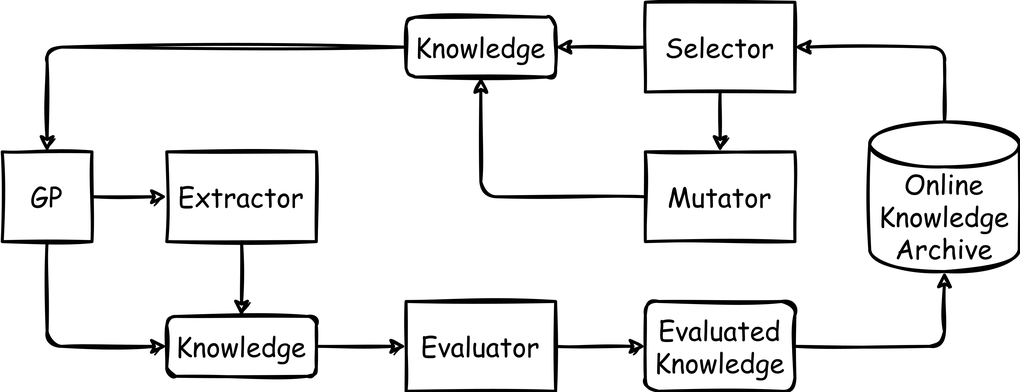
This is img-readme/detailed-gp-onka.png from Y1fanHE/kdps-arm, a draw.io export, as it was before one commit. Source tidied: cells renumbered, new cells last; positions are measured from the earlier drawing's top-left corner, leaving out a move shared by most shapes.
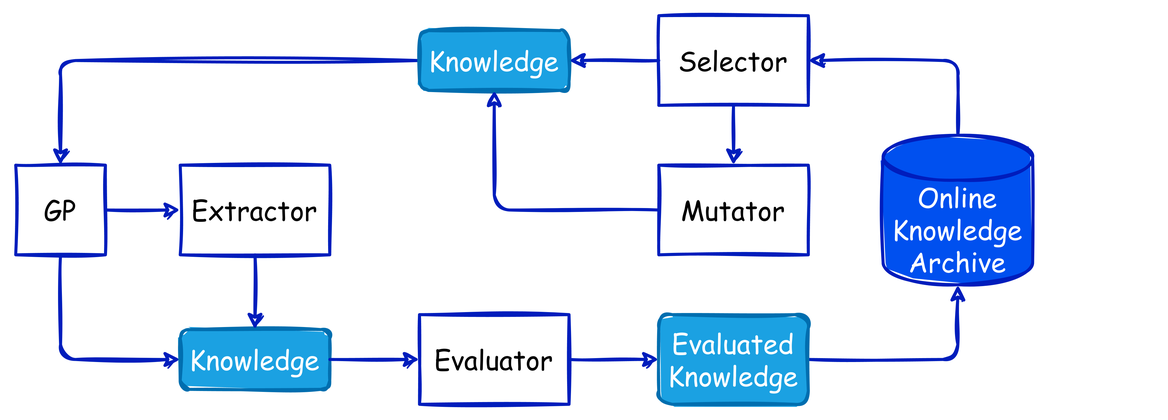
The same file after the commit.

Diff of the diagram source:
```diff
@@ -3,71 +3,74 @@
     <mxCell id="0" />
     <mxCell id="1" parent="0" />
     <mxCell id="2" style="group;" parent="1" vertex="1">
-      <mxGeometry width="680" height="260" as="geometry" />
+      <mxGeometry width="780" height="280" as="geometry" />
     </mxCell>
-    <mxCell id="3" value="GP" style="rounded=0;whiteSpace=wrap;html=1;fontFamily=Comic Sans MS;fontSize=18;sketch=1;strokeWidth=2;" parent="2" vertex="1">
-      <mxGeometry y="100" width="60" height="60" as="geometry" />
+    <mxCell id="3" style="rounded=0;whiteSpace=wrap;html=1;strokeColor=none;fillColor=none;" parent="2" vertex="1">
+      <mxGeometry width="780" height="280" as="geometry" />
     </mxCell>
-    <mxCell id="4" value="&lt;div style=&quot;font-size: 18px&quot;&gt;Online&lt;/div&gt;&lt;div style=&quot;font-size: 18px&quot;&gt;Knowledge&lt;/div&gt;&lt;div style=&quot;font-size: 18px&quot;&gt;Archive&lt;/div&gt;" style="shape=cylinder3;whiteSpace=wrap;html=1;boundedLbl=1;backgroundOutline=1;size=15;fontFamily=Comic Sans MS;fontSize=18;sketch=1;strokeWidth=2;" parent="2" vertex="1">
-      <mxGeometry x="580" y="80" width="100" height="100" as="geometry" />
+    <mxCell id="4" value="GP" style="rounded=0;whiteSpace=wrap;html=1;fontFamily=Comic Sans MS;fontSize=18;sketch=1;strokeWidth=2;fillColor=none;fontColor=default;strokeColor=#001DBC;" parent="2" vertex="1">
+      <mxGeometry x="10" y="110" width="60" height="60" as="geometry" />
     </mxCell>
-    <mxCell id="5" style="edgeStyle=orthogonalEdgeStyle;rounded=1;sketch=1;jettySize=auto;html=1;fontFamily=Comic Sans MS;fontSize=18;strokeWidth=2;entryX=0.5;entryY=0;entryDx=0;entryDy=0;" parent="2" edge="1" source="6" target="3">
-      <mxGeometry relative="1" as="geometry" />
+    <mxCell id="5" value="&lt;div style=&quot;font-size: 18px&quot;&gt;Online&lt;/div&gt;&lt;div style=&quot;font-size: 18px&quot;&gt;Knowledge&lt;/div&gt;&lt;div style=&quot;font-size: 18px&quot;&gt;Archive&lt;/div&gt;" style="shape=cylinder3;whiteSpace=wrap;html=1;boundedLbl=1;backgroundOutline=1;size=15;fontFamily=Comic Sans MS;fontSize=18;sketch=1;strokeWidth=2;fillColor=#0050ef;fontColor=#ffffff;strokeColor=#001DBC;fillStyle=solid;" parent="2" vertex="1">
+      <mxGeometry x="590" y="90" width="100" height="100" as="geometry" />
     </mxCell>
-    <mxCell id="6" value="Knowledge" style="rounded=1;whiteSpace=wrap;html=1;fontFamily=Comic Sans MS;fontSize=18;sketch=1;strokeWidth=2;" parent="2" vertex="1">
-      <mxGeometry x="270" y="10" width="100" height="40" as="geometry" />
+    <mxCell id="6" style="edgeStyle=orthogonalEdgeStyle;rounded=1;sketch=1;jettySize=auto;html=1;fontFamily=Comic Sans MS;fontSize=18;strokeWidth=2;entryX=0.5;entryY=0;entryDx=0;entryDy=0;fillColor=#0050ef;strokeColor=#001DBC;exitX=0;exitY=0.5;exitDx=0;exitDy=0;" parent="2" edge="1" source="7" target="4">
+      <mxGeometry relative="1" as="geometry" />
     </mxCell>
-    <mxCell id="7" style="edgeStyle=orthogonalEdgeStyle;rounded=1;sketch=1;jettySize=auto;html=1;fontFamily=Comic Sans MS;fontSize=18;strokeWidth=2;exitX=0;exitY=0.5;exitDx=0;exitDy=0;" parent="2" edge="1" source="8" target="6">
-      <mxGeometry relative="1" as="geometry" />
+    <mxCell id="7" value="Knowledge" style="rounded=1;whiteSpace=wrap;html=1;fontFamily=Comic Sans MS;fontSize=18;sketch=1;strokeWidth=2;fillColor=#1ba1e2;fontColor=#ffffff;strokeColor=#006EAF;fillStyle=solid;" parent="2" vertex="1">
+      <mxGeometry x="280" y="20" width="100" height="40" as="geometry" />
     </mxCell>
-    <mxCell id="8" value="Selector" style="rounded=0;whiteSpace=wrap;html=1;fontFamily=Comic Sans MS;fontSize=18;sketch=1;strokeWidth=2;" parent="2" vertex="1">
-      <mxGeometry x="430" width="100" height="60" as="geometry" />
+    <mxCell id="8" style="edgeStyle=orthogonalEdgeStyle;rounded=1;sketch=1;jettySize=auto;html=1;fontFamily=Comic Sans MS;fontSize=18;strokeWidth=2;exitX=0;exitY=0.5;exitDx=0;exitDy=0;fillColor=#0050ef;strokeColor=#001DBC;entryX=1;entryY=0.5;entryDx=0;entryDy=0;" parent="2" edge="1" source="9" target="7">
+      <mxGeometry relative="1" as="geometry" />
     </mxCell>
-    <mxCell id="9" style="edgeStyle=orthogonalEdgeStyle;rounded=1;sketch=1;jettySize=auto;html=1;fontFamily=Comic Sans MS;fontSize=18;strokeWidth=2;entryX=1;entryY=0.5;entryDx=0;entryDy=0;exitX=0.5;exitY=0;exitDx=0;exitDy=0;exitPerimeter=0;" parent="2" edge="1" source="4" target="8">
-      <mxGeometry relative="1" as="geometry">
-        <Array as="points">
-          <mxPoint x="630" y="30" />
-        </Array>
-      </mxGeometry>
+    <mxCell id="9" value="Selector" style="rounded=0;whiteSpace=wrap;html=1;fontFamily=Comic Sans MS;fontSize=18;sketch=1;strokeWidth=2;fillColor=none;fontColor=default;strokeColor=#001DBC;" parent="2" vertex="1">
+      <mxGeometry x="440" y="10" width="100" height="60" as="geometry" />
     </mxCell>
-    <mxCell id="10" style="edgeStyle=orthogonalEdgeStyle;rounded=1;sketch=1;jettySize=auto;html=1;fontFamily=Comic Sans MS;fontSize=18;strokeWidth=2;" parent="2" edge="1" source="11" target="6">
-      <mxGeometry relative="1" as="geometry" />
+    <mxCell id="10" style="edgeStyle=orthogonalEdgeStyle;rounded=1;sketch=1;jettySize=auto;html=1;fontFamily=Comic Sans MS;fontSize=18;strokeWidth=2;entryX=1;entryY=0.5;entryDx=0;entryDy=0;exitX=0.5;exitY=0;exitDx=0;exitDy=0;exitPerimeter=0;fillColor=#0050ef;strokeColor=#001DBC;" parent="2" edge="1" source="5" target="9">
+      <mxGeometry relative="1" as="geometry">
+        <Array as="points">
+          <mxPoint x="640" y="40" />
+        </Array>
+      </mxGeometry>
     </mxCell>
-    <mxCell id="11" value="Mutator" style="rounded=0;whiteSpace=wrap;html=1;fontFamily=Comic Sans MS;fontSize=18;sketch=1;strokeWidth=2;" parent="2" vertex="1">
-      <mxGeometry x="430" y="100" width="100" height="60" as="geometry" />
+    <mxCell id="11" style="edgeStyle=orthogonalEdgeStyle;rounded=1;sketch=1;jettySize=auto;html=1;fontFamily=Comic Sans MS;fontSize=18;strokeWidth=2;fillColor=#0050ef;strokeColor=#001DBC;entryX=0.5;entryY=1;entryDx=0;entryDy=0;" parent="2" edge="1" source="12" target="7">
+      <mxGeometry relative="1" as="geometry" />
     </mxCell>
-    <mxCell id="12" style="edgeStyle=orthogonalEdgeStyle;rounded=1;sketch=1;jettySize=auto;html=1;fontFamily=Comic Sans MS;fontSize=18;strokeWidth=2;exitX=0.5;exitY=1;exitDx=0;exitDy=0;" parent="2" edge="1" source="8" target="11">
-      <mxGeometry relative="1" as="geometry" />
+    <mxCell id="12" value="Mutator" style="rounded=0;whiteSpace=wrap;html=1;fontFamily=Comic Sans MS;fontSize=18;sketch=1;strokeWidth=2;fillColor=none;fontColor=default;strokeColor=#001DBC;" parent="2" vertex="1">
+      <mxGeometry x="440" y="110" width="100" height="60" as="geometry" />
     </mxCell>
-    <mxCell id="13" value="Extractor" style="rounded=0;whiteSpace=wrap;html=1;fontFamily=Comic Sans MS;fontSize=18;sketch=1;strokeWidth=2;" parent="2" vertex="1">
-      <mxGeometry x="110" y="100" width="100" height="60" as="geometry" />
+    <mxCell id="13" style="edgeStyle=orthogonalEdgeStyle;rounded=1;sketch=1;jettySize=auto;html=1;fontFamily=Comic Sans MS;fontSize=18;strokeWidth=2;exitX=0.5;exitY=1;exitDx=0;exitDy=0;fillColor=#0050ef;strokeColor=#001DBC;entryX=0.5;entryY=0;entryDx=0;entryDy=0;" parent="2" edge="1" source="9" target="12">
+      <mxGeometry relative="1" as="geometry" />
     </mxCell>
-    <mxCell id="14" style="edgeStyle=orthogonalEdgeStyle;rounded=1;sketch=1;jettySize=auto;html=1;fontFamily=Comic Sans MS;fontSize=18;strokeWidth=2;" parent="2" edge="1" source="3" target="13">
-      <mxGeometry relative="1" as="geometry" />
+    <mxCell id="14" value="Extractor" style="rounded=0;whiteSpace=wrap;html=1;fontFamily=Comic Sans MS;fontSize=18;sketch=1;strokeWidth=2;fillColor=none;fontColor=default;strokeColor=#001DBC;" parent="2" vertex="1">
+      <mxGeometry x="120" y="110" width="100" height="60" as="geometry" />
     </mxCell>
-    <mxCell id="15" value="Knowledge" style="rounded=1;whiteSpace=wrap;html=1;fontFamily=Comic Sans MS;fontSize=18;sketch=1;strokeWidth=2;" parent="2" vertex="1">
-      <mxGeometry x="110" y="210" width="100" height="40" as="geometry" />
+    <mxCell id="15" style="edgeStyle=orthogonalEdgeStyle;rounded=1;sketch=1;jettySize=auto;html=1;fontFamily=Comic Sans MS;fontSize=18;strokeWidth=2;fillColor=#0050ef;strokeColor=#001DBC;exitX=1;exitY=0.5;exitDx=0;exitDy=0;entryX=0;entryY=0.5;entryDx=0;entryDy=0;" parent="2" edge="1" source="4" target="14">
+      <mxGeometry relative="1" as="geometry" />
     </mxCell>
-    <mxCell id="16" style="edgeStyle=orthogonalEdgeStyle;rounded=1;sketch=1;jettySize=auto;html=1;fontFamily=Comic Sans MS;fontSize=18;strokeWidth=2;entryX=0;entryY=0.5;entryDx=0;entryDy=0;exitX=0.5;exitY=1;exitDx=0;exitDy=0;" parent="2" edge="1" source="3" target="15">
-      <mxGeometry relative="1" as="geometry" />
+    <mxCell id="16" value="Knowledge" style="rounded=1;whiteSpace=wrap;html=1;fontFamily=Comic Sans MS;fontSize=18;sketch=1;strokeWidth=2;fillColor=#1ba1e2;fontColor=#ffffff;strokeColor=#006EAF;fillStyle=solid;" parent="2" vertex="1">
+      <mxGeometry x="120" y="220" width="100" height="40" as="geometry" />
     </mxCell>
-    <mxCell id="17" style="edgeStyle=orthogonalEdgeStyle;rounded=1;sketch=1;jettySize=auto;html=1;fontFamily=Comic Sans MS;fontSize=18;strokeWidth=2;" parent="2" edge="1" source="13" target="15">
+    <mxCell id="17" style="edgeStyle=orthogonalEdgeStyle;rounded=1;sketch=1;jettySize=auto;html=1;fontFamily=Comic Sans MS;fontSize=18;strokeWidth=2;entryX=0;entryY=0.5;entryDx=0;entryDy=0;exitX=0.5;exitY=1;exitDx=0;exitDy=0;fillColor=#0050ef;strokeColor=#001DBC;" parent="2" edge="1" source="4" target="16">
       <mxGeometry relative="1" as="geometry" />
     </mxCell>
-    <mxCell id="18" value="Evaluator" style="rounded=0;whiteSpace=wrap;html=1;fontFamily=Comic Sans MS;fontSize=18;sketch=1;strokeWidth=2;" parent="2" vertex="1">
-      <mxGeometry x="270" y="200" width="100" height="60" as="geometry" />
+    <mxCell id="18" style="edgeStyle=orthogonalEdgeStyle;rounded=1;sketch=1;jettySize=auto;html=1;fontFamily=Comic Sans MS;fontSize=18;strokeWidth=2;fillColor=#0050ef;strokeColor=#001DBC;exitX=0.5;exitY=1;exitDx=0;exitDy=0;entryX=0.5;entryY=0;entryDx=0;entryDy=0;" parent="2" edge="1" source="14" target="16">
+      <mxGeometry relative="1" as="geometry" />
     </mxCell>
-    <mxCell id="19" style="edgeStyle=orthogonalEdgeStyle;rounded=1;sketch=1;jettySize=auto;html=1;fontFamily=Comic Sans MS;fontSize=18;strokeWidth=2;" parent="2" edge="1" source="15" target="18">
-      <mxGeometry relative="1" as="geometry" />
+    <mxCell id="19" value="Evaluator" style="rounded=0;whiteSpace=wrap;html=1;fontFamily=Comic Sans MS;fontSize=18;sketch=1;strokeWidth=2;fillColor=none;fontColor=default;strokeColor=#001DBC;" parent="2" vertex="1">
+      <mxGeometry x="280" y="210" width="100" height="60" as="geometry" />
     </mxCell>
-    <mxCell id="20" style="edgeStyle=orthogonalEdgeStyle;rounded=1;sketch=1;jettySize=auto;html=1;fontFamily=Comic Sans MS;fontSize=18;strokeWidth=2;entryX=0.5;entryY=1;entryDx=0;entryDy=0;entryPerimeter=0;" parent="2" edge="1" source="21" target="4">
+    <mxCell id="20" style="edgeStyle=orthogonalEdgeStyle;rounded=1;sketch=1;jettySize=auto;html=1;fontFamily=Comic Sans MS;fontSize=18;strokeWidth=2;fillColor=#0050ef;strokeColor=#001DBC;entryX=0;entryY=0.5;entryDx=0;entryDy=0;exitX=1;exitY=0.5;exitDx=0;exitDy=0;" parent="2" edge="1" source="16" target="19">
       <mxGeometry relative="1" as="geometry" />
     </mxCell>
-    <mxCell id="21" value="&lt;div&gt;Evaluated&lt;/div&gt;&lt;div&gt;Knowledge&lt;br&gt;&lt;/div&gt;" style="rounded=1;whiteSpace=wrap;html=1;fontFamily=Comic Sans MS;fontSize=18;sketch=1;strokeWidth=2;" parent="2" vertex="1">
-      <mxGeometry x="430" y="200" width="100" height="60" as="geometry" />
+    <mxCell id="21" style="edgeStyle=orthogonalEdgeStyle;rounded=1;sketch=1;jettySize=auto;html=1;fontFamily=Comic Sans MS;fontSize=18;strokeWidth=2;entryX=0.5;entryY=1;entryDx=0;entryDy=0;entryPerimeter=0;fillColor=#0050ef;strokeColor=#001DBC;exitX=1;exitY=0.5;exitDx=0;exitDy=0;" parent="2" edge="1" source="22" target="5">
+      <mxGeometry relative="1" as="geometry" />
     </mxCell>
-    <mxCell id="22" style="edgeStyle=orthogonalEdgeStyle;rounded=1;sketch=1;jettySize=auto;html=1;fontFamily=Comic Sans MS;fontSize=18;strokeWidth=2;" parent="2" edge="1" source="18" target="21">
-      <mxGeometry relative="1" as="geometry" />
+    <mxCell id="22" value="&lt;div&gt;Evaluated&lt;/div&gt;&lt;div&gt;Knowledge&lt;br&gt;&lt;/div&gt;" style="rounded=1;whiteSpace=wrap;html=1;fontFamily=Comic Sans MS;fontSize=18;sketch=1;strokeWidth=2;fillColor=#1ba1e2;fontColor=#ffffff;strokeColor=#006EAF;fillStyle=solid;" parent="2" vertex="1">
+      <mxGeometry x="440" y="210" width="100" height="60" as="geometry" />
     </mxCell>
+    <mxCell id="23" style="edgeStyle=orthogonalEdgeStyle;rounded=1;sketch=1;jettySize=auto;html=1;fontFamily=Comic Sans MS;fontSize=18;strokeWidth=2;fillColor=#0050ef;strokeColor=#001DBC;entryX=0;entryY=0.5;entryDx=0;entryDy=0;exitX=1;exitY=0.5;exitDx=0;exitDy=0;" parent="2" edge="1" source="19" target="22">
+      <mxGeometry relative="1" as="geometry" />
+    </mxCell>
   </root>
 </mxGraphModel>
```
